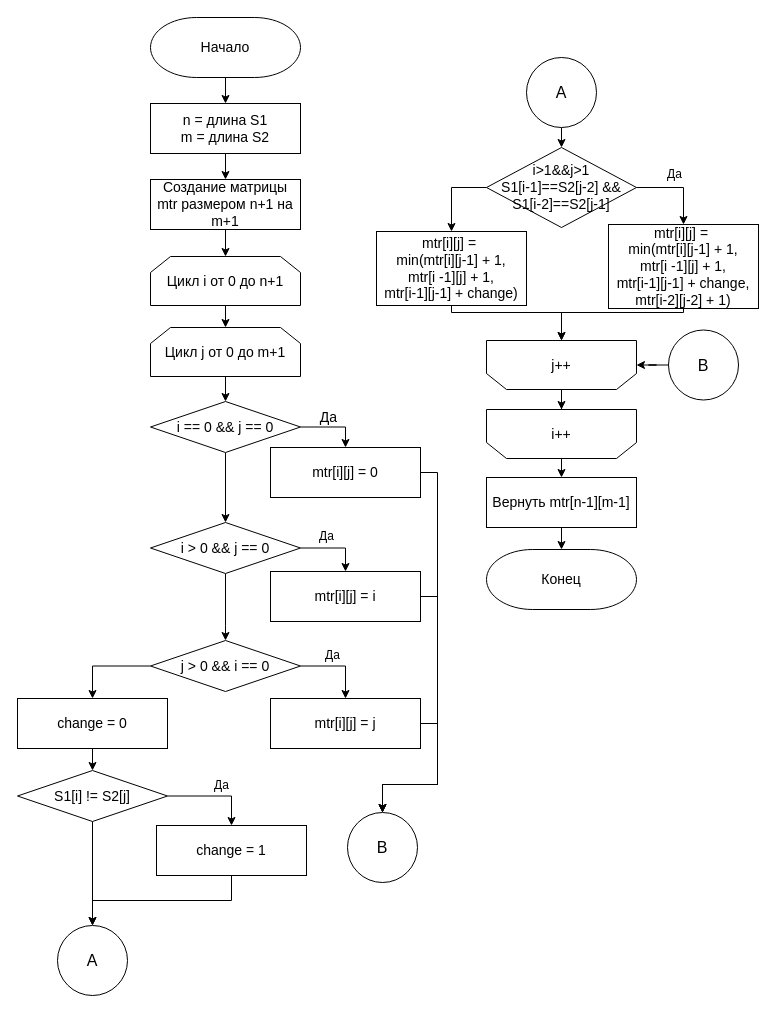
The draw.io diagram page "Д.-Л. нерукурсивная" (5 of 5) of lab_01/docs/img/algoritms.drawio in Mansurow/bmstu-iu7-5sem-AA, before the edit. Source tidied: cells renumbered, new cells numbered last; positions are measured from the earlier drawing's top-left corner, leaving out a move shared by most shapes. Both pictures are drawn from the tidied source at 100%, with x=0, y=0 at pixel (17, 17).
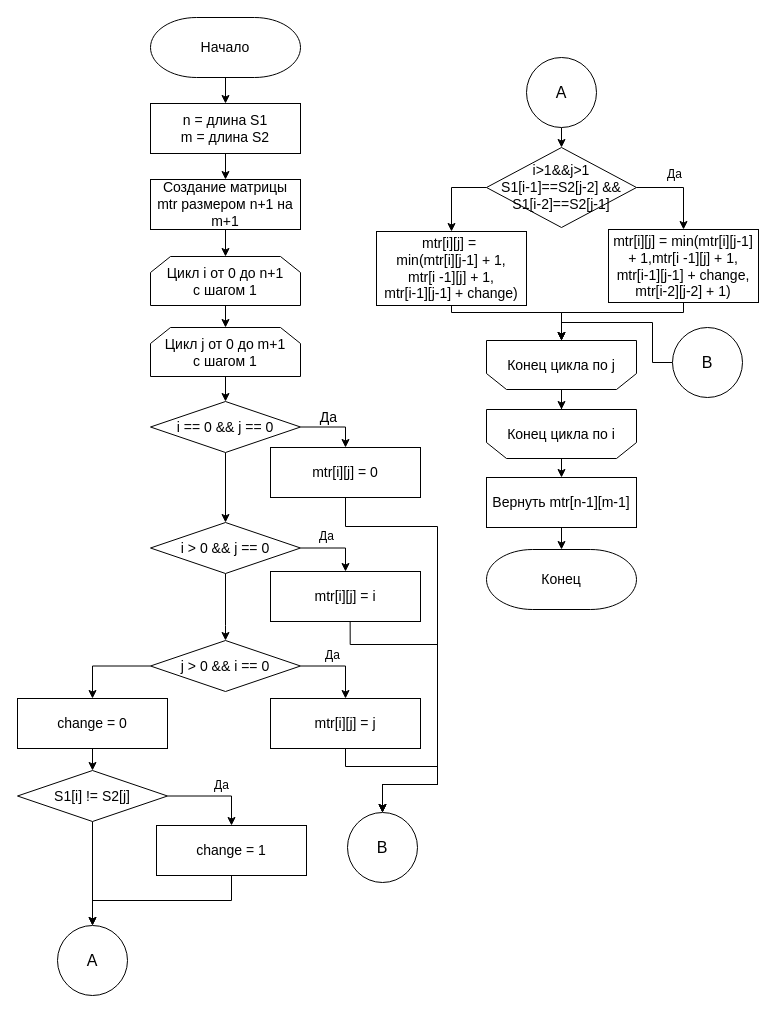
Above is the later version.

Unchanged cells that the change refers to:
```xml
<mxCell id="13" value="&lt;font style=&quot;font-size: 14px;&quot;&gt;mtr[i][j] = 0&lt;/font&gt;" style="rounded=0;whiteSpace=wrap;html=1;absoluteArcSize=1;arcSize=14;strokeWidth=1;" parent="1" vertex="1">
  <mxGeometry x="253" y="430" width="150" height="50" as="geometry" />
</mxCell>
<mxCell id="19" value="&lt;font style=&quot;font-size: 14px;&quot;&gt;mtr[i][j] = i&lt;/font&gt;" style="rounded=0;whiteSpace=wrap;html=1;absoluteArcSize=1;arcSize=14;strokeWidth=1;" parent="1" vertex="1">
  <mxGeometry x="253" y="554" width="150" height="50" as="geometry" />
</mxCell>
<mxCell id="25" value="&lt;font style=&quot;font-size: 14px;&quot;&gt;mtr[i][j] = j&lt;/font&gt;" style="rounded=0;whiteSpace=wrap;html=1;absoluteArcSize=1;arcSize=14;strokeWidth=1;" parent="1" vertex="1">
  <mxGeometry x="253" y="681" width="150" height="50" as="geometry" />
</mxCell>
<mxCell id="45" value="&lt;font style=&quot;font-size: 16px;&quot;&gt;B&lt;/font&gt;" style="strokeWidth=1;html=1;shape=mxgraph.flowchart.start_2;whiteSpace=wrap;rounded=0;strokeColor=default;fontSize=12;" parent="1" vertex="1">
  <mxGeometry x="330" y="795" width="70" height="70" as="geometry" />
</mxCell>
```

Change to the diagram source:
```diff
@@
-    <mxCell id="12" style="edgeStyle=orthogonalEdgeStyle;rounded=0;jettySize=auto;html=1;exitX=1;exitY=0.5;exitDx=0;exitDy=0;fontSize=16;endArrow=classic;endFill=1;entryX=0.5;entryY=0;entryDx=0;entryDy=0;entryPerimeter=0;" parent="1" edge="1" source="13" target="45">
+    <mxCell id="12" style="edgeStyle=orthogonalEdgeStyle;rounded=0;jettySize=auto;html=1;exitX=0.5;exitY=1;exitDx=0;exitDy=0;fontSize=16;endArrow=classic;endFill=1;entryX=0.5;entryY=0;entryDx=0;entryDy=0;entryPerimeter=0;" parent="1" edge="1" source="13" target="45">
       <mxGeometry relative="1" as="geometry">
         <Array as="points">
-          <mxPoint x="420" y="455" />
+          <mxPoint x="328" y="509" />
+          <mxPoint x="420" y="509" />
           <mxPoint x="420" y="767" />
           <mxPoint x="365" y="767" />
         </Array>
       </mxGeometry>
     </mxCell>
@@
-    <mxCell id="18" style="edgeStyle=orthogonalEdgeStyle;rounded=0;jettySize=auto;html=1;exitX=1;exitY=0.5;exitDx=0;exitDy=0;fontSize=16;endArrow=classic;endFill=1;" parent="1" edge="1" source="19" target="45">
+    <mxCell id="18" style="edgeStyle=orthogonalEdgeStyle;rounded=0;jettySize=auto;html=1;exitX=0.531;exitY=1.008;exitDx=0;exitDy=0;fontSize=16;endArrow=classic;endFill=1;exitPerimeter=0;" parent="1" edge="1" source="19" target="45">
       <mxGeometry relative="1" as="geometry">
         <Array as="points">
-          <mxPoint x="420" y="579" />
+          <mxPoint x="333" y="627" />
+          <mxPoint x="420" y="627" />
           <mxPoint x="420" y="767" />
           <mxPoint x="365" y="767" />
         </Array>
       </mxGeometry>
     </mxCell>
@@
-    <mxCell id="24" style="edgeStyle=orthogonalEdgeStyle;rounded=0;jettySize=auto;html=1;exitX=1;exitY=0.5;exitDx=0;exitDy=0;entryX=0.5;entryY=0;entryDx=0;entryDy=0;entryPerimeter=0;fontSize=16;endArrow=classic;endFill=1;" parent="1" edge="1" source="25" target="45">
+    <mxCell id="24" style="edgeStyle=orthogonalEdgeStyle;rounded=0;jettySize=auto;html=1;exitX=0.5;exitY=1;exitDx=0;exitDy=0;entryX=0.5;entryY=0;entryDx=0;entryDy=0;entryPerimeter=0;fontSize=16;endArrow=classic;endFill=1;" parent="1" edge="1" source="25" target="45">
       <mxGeometry relative="1" as="geometry">
         <Array as="points">
-          <mxPoint x="420" y="706" />
+          <mxPoint x="328" y="749" />
+          <mxPoint x="420" y="749" />
           <mxPoint x="420" y="767" />
           <mxPoint x="365" y="767" />
         </Array>
       </mxGeometry>
     </mxCell>
@@
-    <mxCell id="40" value="&lt;font style=&quot;font-size: 14px;&quot;&gt;mtr[i][j] =&amp;nbsp;&lt;br style=&quot;&quot;&gt;min(mtr[i][j-1] + 1,&lt;br&gt;mtr[i -1][j] + 1, &lt;br&gt;mtr[i-1][j-1] + change, mtr[i-2][j-2] + 1)&lt;/font&gt;" style="rounded=0;whiteSpace=wrap;html=1;absoluteArcSize=1;arcSize=14;strokeWidth=1;" parent="1" vertex="1">
-      <mxGeometry x="591" y="207" width="150" height="84" as="geometry" />
+    <mxCell id="40" value="&lt;font style=&quot;font-size: 14px;&quot;&gt;mtr[i][j] =&amp;nbsp;min(mtr[i][j-1] + 1,mtr[i -1][j] + 1, &lt;br&gt;mtr[i-1][j-1] + change, mtr[i-2][j-2] + 1)&lt;/font&gt;" style="rounded=0;whiteSpace=wrap;html=1;absoluteArcSize=1;arcSize=14;strokeWidth=1;" parent="1" vertex="1">
+      <mxGeometry x="591" y="212" width="150" height="73" as="geometry" />
     </mxCell>
@@
     <mxCell id="43" style="edgeStyle=orthogonalEdgeStyle;rounded=0;jettySize=auto;html=1;fontSize=16;endArrow=classic;endFill=1;" parent="1" edge="1" source="44" target="56">
-      <mxGeometry relative="1" as="geometry" />
+      <mxGeometry relative="1" as="geometry">
+        <Array as="points">
+          <mxPoint x="635" y="345" />
+          <mxPoint x="635" y="305" />
+          <mxPoint x="544" y="305" />
+        </Array>
+      </mxGeometry>
     </mxCell>
     <mxCell id="44" value="&lt;font style=&quot;font-size: 16px;&quot;&gt;B&lt;/font&gt;" style="strokeWidth=1;html=1;shape=mxgraph.flowchart.start_2;whiteSpace=wrap;rounded=0;strokeColor=default;fontSize=12;" parent="1" vertex="1">
-      <mxGeometry x="651" y="312.5" width="70" height="70" as="geometry" />
+      <mxGeometry x="655" y="310" width="70" height="70" as="geometry" />
     </mxCell>
@@
-    <mxCell id="50" value="&lt;font style=&quot;font-size: 14px;&quot;&gt;Цикл j от 0 до m+1&lt;/font&gt;" style="shape=loopLimit;whiteSpace=wrap;html=1;" parent="1" vertex="1">
+    <mxCell id="50" value="&lt;font style=&quot;font-size: 14px;&quot;&gt;Цикл j от 0 до m+1&lt;br&gt;с шагом 1&lt;br&gt;&lt;/font&gt;" style="shape=loopLimit;whiteSpace=wrap;html=1;" parent="1" vertex="1">
       <mxGeometry x="133" y="310" width="150" height="49" as="geometry" />
     </mxCell>
@@
-    <mxCell id="52" value="&lt;font style=&quot;font-size: 14px;&quot;&gt;Цикл i от 0 до n+1&lt;/font&gt;" style="shape=loopLimit;whiteSpace=wrap;html=1;" parent="1" vertex="1">
+    <mxCell id="52" value="&lt;font style=&quot;font-size: 14px;&quot;&gt;Цикл i от 0 до n+1&lt;br&gt;с шагом 1&lt;br&gt;&lt;/font&gt;" style="shape=loopLimit;whiteSpace=wrap;html=1;" parent="1" vertex="1">
       <mxGeometry x="133" y="239" width="150" height="49" as="geometry" />
     </mxCell>
@@
-    <mxCell id="54" value="&lt;font style=&quot;font-size: 14px;&quot;&gt;i++&lt;/font&gt;" style="shape=loopLimit;whiteSpace=wrap;html=1;flipV=1;" parent="1" vertex="1">
+    <mxCell id="54" value="&lt;font style=&quot;font-size: 14px;&quot;&gt;Конец цикла по i&lt;/font&gt;" style="shape=loopLimit;whiteSpace=wrap;html=1;flipV=1;" parent="1" vertex="1">
       <mxGeometry x="469" y="392" width="150" height="49" as="geometry" />
     </mxCell>
@@
-    <mxCell id="56" value="&lt;font style=&quot;font-size: 14px;&quot;&gt;j++&lt;/font&gt;" style="shape=loopLimit;whiteSpace=wrap;html=1;flipV=1;" parent="1" vertex="1">
+    <mxCell id="56" value="&lt;font style=&quot;font-size: 14px;&quot;&gt;Конец цикла по j&lt;/font&gt;" style="shape=loopLimit;whiteSpace=wrap;html=1;flipV=1;" parent="1" vertex="1">
       <mxGeometry x="469" y="323" width="150" height="49" as="geometry" />
     </mxCell>
```
